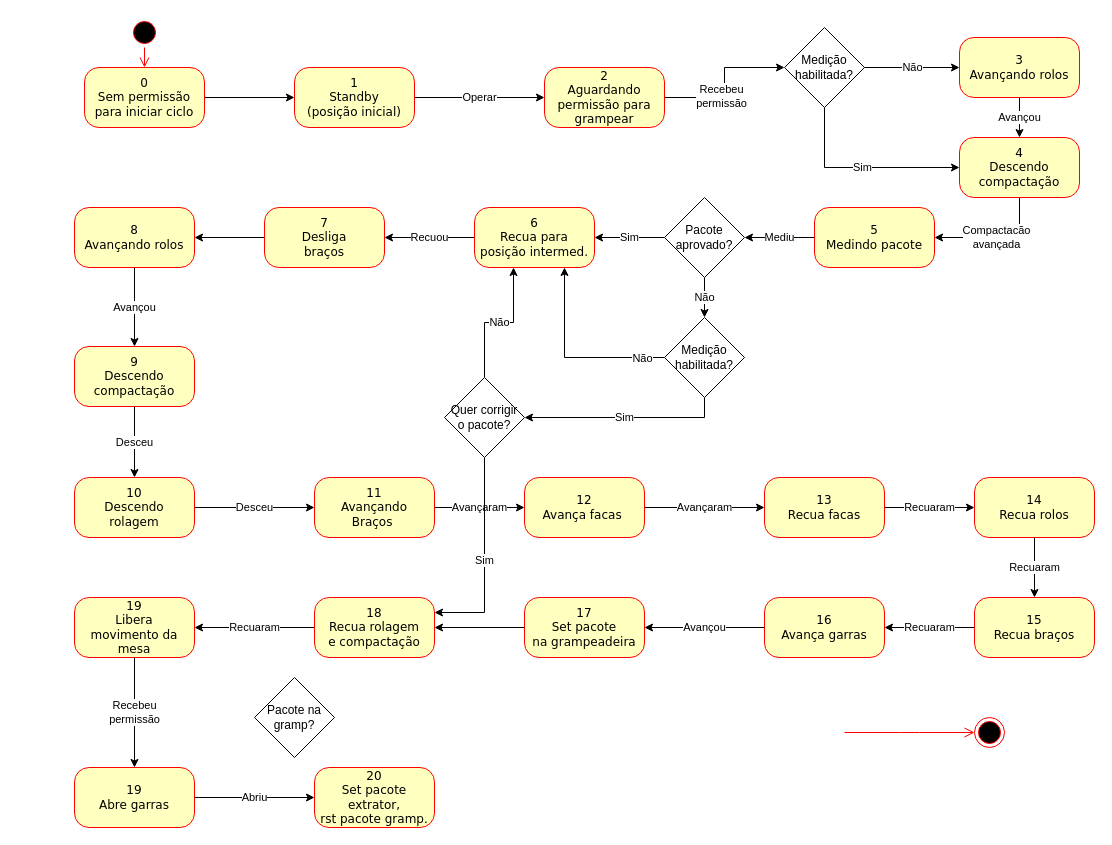
The draw.io diagram estadosGrampeadeira.drawio in JonanMuller/M04196N03_Grampeadeira, before the edit. Source tidied: cells renumbered, new cells numbered last; positions are measured from the earlier drawing's top-left corner, leaving out a move shared by most shapes. Both pictures are drawn from the tidied source at 100%, with x=0, y=0 at pixel (74, 17).
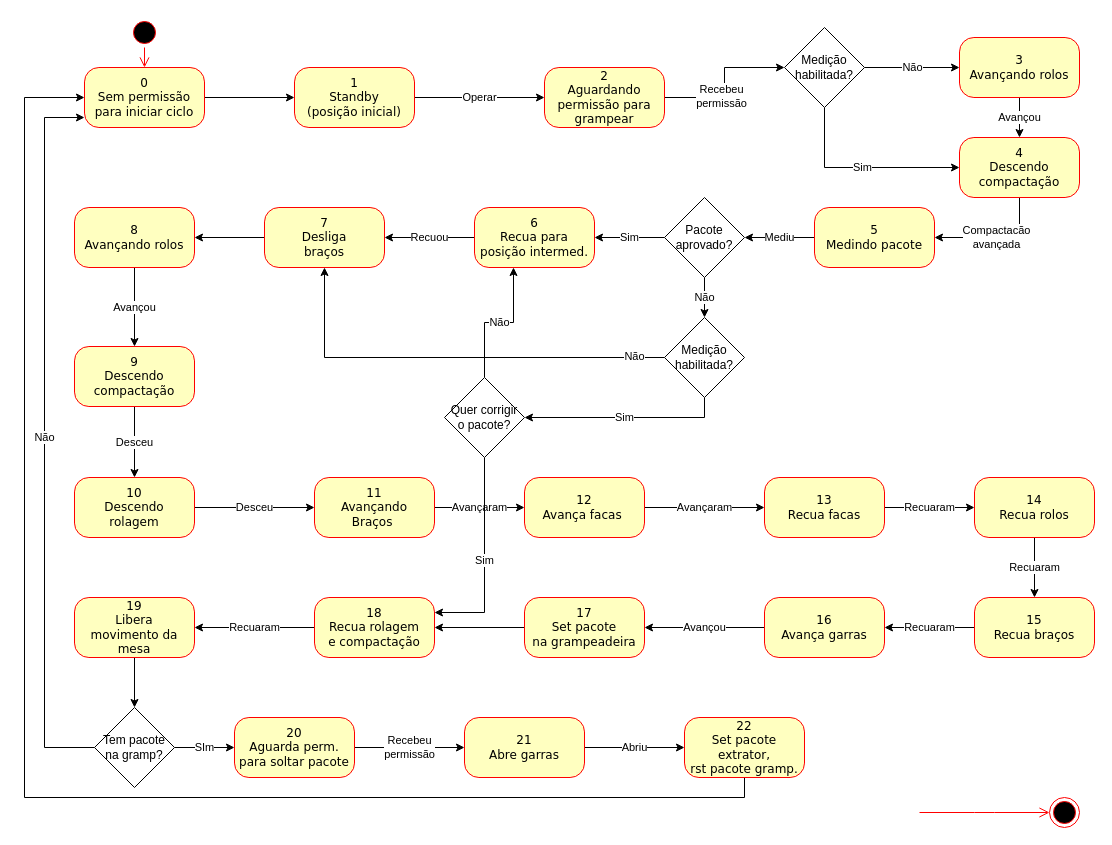
The same page after the edit.

Unchanged cells that the change refers to:
```xml
<mxCell id="15" value="6&lt;br&gt;Recua para&lt;br&gt;posição intermed." style="rounded=1;whiteSpace=wrap;html=1;arcSize=24;fillColor=#ffffc0;strokeColor=#ff0000;shadow=0;comic=0;labelBackgroundColor=none;fontFamily=Verdana;fontSize=12;fontColor=#000000;align=center;" parent="1" vertex="1">
  <mxGeometry x="400" y="190" width="120" height="60" as="geometry" />
</mxCell>
<mxCell id="18" value="7&lt;br&gt;Desliga&lt;br&gt;braços" style="rounded=1;whiteSpace=wrap;html=1;arcSize=24;fillColor=#ffffc0;strokeColor=#ff0000;shadow=0;comic=0;labelBackgroundColor=none;fontFamily=Verdana;fontSize=12;fontColor=#000000;align=center;" parent="1" vertex="1">
  <mxGeometry x="190" y="190" width="120" height="60" as="geometry" />
</mxCell>
<mxCell id="36" value="0&lt;br&gt;Sem permissão&lt;br&gt;para iniciar ciclo" style="rounded=1;whiteSpace=wrap;html=1;arcSize=24;fillColor=#ffffc0;strokeColor=#ff0000;shadow=0;comic=0;labelBackgroundColor=none;fontFamily=Verdana;fontSize=12;fontColor=#000000;align=center;" parent="1" vertex="1">
  <mxGeometry x="10" y="50" width="120" height="60" as="geometry" />
</mxCell>
<mxCell id="50" value="19&lt;br&gt;Libera&lt;br&gt;movimento da mesa" style="rounded=1;whiteSpace=wrap;html=1;arcSize=24;fillColor=#ffffc0;strokeColor=#ff0000;shadow=0;comic=0;labelBackgroundColor=none;fontFamily=Verdana;fontSize=12;fontColor=#000000;align=center;" parent="1" vertex="1">
  <mxGeometry y="580" width="120" height="60" as="geometry" />
</mxCell>
<mxCell id="57" value="Medição&lt;br&gt;habilitada?" style="rhombus;whiteSpace=wrap;html=1;" parent="1" vertex="1">
  <mxGeometry x="590" y="300" width="80" height="80" as="geometry" />
</mxCell>
```

Change to the diagram source:
```diff
@@
     <mxCell id="37" style="ellipse;html=1;shape=endState;fillColor=#000000;strokeColor=#ff0000;rounded=1;shadow=0;comic=0;labelBackgroundColor=none;fontFamily=Verdana;fontSize=12;fontColor=#000000;align=center;" parent="1" vertex="1">
-      <mxGeometry x="900" y="700" width="30" height="30" as="geometry" />
+      <mxGeometry x="975" y="780" width="30" height="30" as="geometry" />
     </mxCell>
     <mxCell id="38" style="edgeStyle=elbowEdgeStyle;html=1;labelBackgroundColor=none;endArrow=open;endSize=8;strokeColor=#ff0000;fontFamily=Verdana;fontSize=12;align=left;" parent="1" edge="1" target="37">
       <mxGeometry relative="1" as="geometry">
-        <mxPoint x="770" y="715" as="sourcePoint" />
+        <mxPoint x="845" y="795" as="sourcePoint" />
       </mxGeometry>
     </mxCell>
@@
-    <mxCell id="49" value="Recebeu&lt;br&gt;permissão" style="edgeStyle=orthogonalEdgeStyle;rounded=0;jettySize=auto;html=1;" parent="1" edge="1" source="50" target="52">
-      <mxGeometry relative="1" as="geometry" />
-    </mxCell>
+    <mxCell id="64" style="edgeStyle=orthogonalEdgeStyle;rounded=0;jettySize=auto;html=1;" parent="1" edge="1" source="50" target="69">
+      <mxGeometry relative="1" as="geometry" />
+    </mxCell>
@@
-    <mxCell id="51" value="Abriu" style="edgeStyle=orthogonalEdgeStyle;rounded=0;jettySize=auto;html=1;" parent="1" edge="1" source="52" target="53">
+    <mxCell id="51" value="Abriu" style="edgeStyle=orthogonalEdgeStyle;rounded=0;jettySize=auto;html=1;exitX=1;exitY=0.5;exitDx=0;exitDy=0;" parent="1" edge="1" source="71" target="53">
       <mxGeometry relative="1" as="geometry" />
     </mxCell>
-    <mxCell id="52" value="19&lt;br&gt;Abre garras" style="rounded=1;whiteSpace=wrap;html=1;arcSize=24;fillColor=#ffffc0;strokeColor=#ff0000;shadow=0;comic=0;labelBackgroundColor=none;fontFamily=Verdana;fontSize=12;fontColor=#000000;align=center;" parent="1" vertex="1">
-      <mxGeometry y="750" width="120" height="60" as="geometry" />
-    </mxCell>
+    <mxCell id="65" style="edgeStyle=orthogonalEdgeStyle;rounded=0;jettySize=auto;html=1;exitX=0.5;exitY=1;exitDx=0;exitDy=0;entryX=0;entryY=0.5;entryDx=0;entryDy=0;" parent="1" edge="1" source="53" target="36">
+      <mxGeometry relative="1" as="geometry">
+        <Array as="points">
+          <mxPoint x="670" y="780" />
+          <mxPoint x="-50" y="780" />
+          <mxPoint x="-50" y="80" />
+        </Array>
+      </mxGeometry>
+    </mxCell>
-    <mxCell id="53" value="20&lt;br&gt;Set pacote extrator,&lt;br&gt;rst pacote gramp." style="rounded=1;whiteSpace=wrap;html=1;arcSize=24;fillColor=#ffffc0;strokeColor=#ff0000;shadow=0;comic=0;labelBackgroundColor=none;fontFamily=Verdana;fontSize=12;fontColor=#000000;align=center;" parent="1" vertex="1">
-      <mxGeometry x="240" y="750" width="120" height="60" as="geometry" />
+    <mxCell id="53" value="22&lt;br&gt;Set pacote extrator,&lt;br&gt;rst pacote gramp." style="rounded=1;whiteSpace=wrap;html=1;arcSize=24;fillColor=#ffffc0;strokeColor=#ff0000;shadow=0;comic=0;labelBackgroundColor=none;fontFamily=Verdana;fontSize=12;fontColor=#000000;align=center;" parent="1" vertex="1">
+      <mxGeometry x="610" y="700" width="120" height="60" as="geometry" />
     </mxCell>
@@
-    <mxCell id="55" style="edgeStyle=orthogonalEdgeStyle;rounded=0;jettySize=auto;html=1;exitX=0;exitY=0.5;exitDx=0;exitDy=0;entryX=0.75;entryY=1;entryDx=0;entryDy=0;" parent="1" edge="1" source="57" target="15">
-      <mxGeometry relative="1" as="geometry" />
-    </mxCell>
+    <mxCell id="66" style="edgeStyle=orthogonalEdgeStyle;rounded=0;jettySize=auto;html=1;exitX=0;exitY=0.5;exitDx=0;exitDy=0;entryX=0.5;entryY=1;entryDx=0;entryDy=0;" parent="1" edge="1" source="57" target="18">
+      <mxGeometry relative="1" as="geometry" />
+    </mxCell>
-    <mxCell id="56" value="Não" style="edgeLabel;html=1;align=center;verticalAlign=middle;" parent="55" vertex="1">
-      <mxGeometry x="-0.76" relative="1" as="geometry" />
+    <mxCell id="56" value="Não" style="edgeLabel;html=1;align=center;verticalAlign=middle;" parent="66" vertex="1">
+      <mxGeometry x="-0.85" y="-2" relative="1" as="geometry">
+        <mxPoint x="1" as="offset" />
+      </mxGeometry>
     </mxCell>
@@
-    <mxCell id="63" value="Pacote na gramp?" style="rhombus;whiteSpace=wrap;html=1;" parent="1" vertex="1">
-      <mxGeometry x="180" y="660" width="80" height="80" as="geometry" />
-    </mxCell>
+    <mxCell id="67" value="SIm" style="edgeStyle=orthogonalEdgeStyle;rounded=0;jettySize=auto;html=1;" parent="1" edge="1" source="69" target="70">
+      <mxGeometry relative="1" as="geometry" />
+    </mxCell>
+    <mxCell id="68" value="Não" style="edgeStyle=orthogonalEdgeStyle;rounded=0;jettySize=auto;html=1;exitX=0;exitY=0.5;exitDx=0;exitDy=0;" parent="1" edge="1" source="69">
+      <mxGeometry relative="1" as="geometry">
+        <mxPoint x="10" y="100" as="targetPoint" />
+        <Array as="points">
+          <mxPoint x="-30" y="730" />
+          <mxPoint x="-30" y="100" />
+          <mxPoint x="10" y="100" />
+        </Array>
+      </mxGeometry>
+    </mxCell>
+    <mxCell id="69" value="Tem pacote na gramp?" style="rhombus;whiteSpace=wrap;html=1;" parent="1" vertex="1">
+      <mxGeometry x="20" y="690" width="80" height="80" as="geometry" />
+    </mxCell>
+    <mxCell id="49" value="Recebeu&lt;br&gt;permissão" style="edgeStyle=orthogonalEdgeStyle;rounded=0;jettySize=auto;html=1;" parent="1" edge="1" source="70" target="71">
+      <mxGeometry relative="1" as="geometry" />
+    </mxCell>
+    <mxCell id="70" value="20&lt;br&gt;Aguarda perm.&lt;br&gt;para soltar pacote" style="rounded=1;whiteSpace=wrap;html=1;arcSize=24;fillColor=#ffffc0;strokeColor=#ff0000;shadow=0;comic=0;labelBackgroundColor=none;fontFamily=Verdana;fontSize=12;fontColor=#000000;align=center;" parent="1" vertex="1">
+      <mxGeometry x="160" y="700" width="120" height="60" as="geometry" />
+    </mxCell>
+    <mxCell id="71" value="21&lt;br&gt;Abre garras" style="rounded=1;whiteSpace=wrap;html=1;arcSize=24;fillColor=#ffffc0;strokeColor=#ff0000;shadow=0;comic=0;labelBackgroundColor=none;fontFamily=Verdana;fontSize=12;fontColor=#000000;align=center;" parent="1" vertex="1">
+      <mxGeometry x="390" y="700" width="120" height="60" as="geometry" />
+    </mxCell>
```
